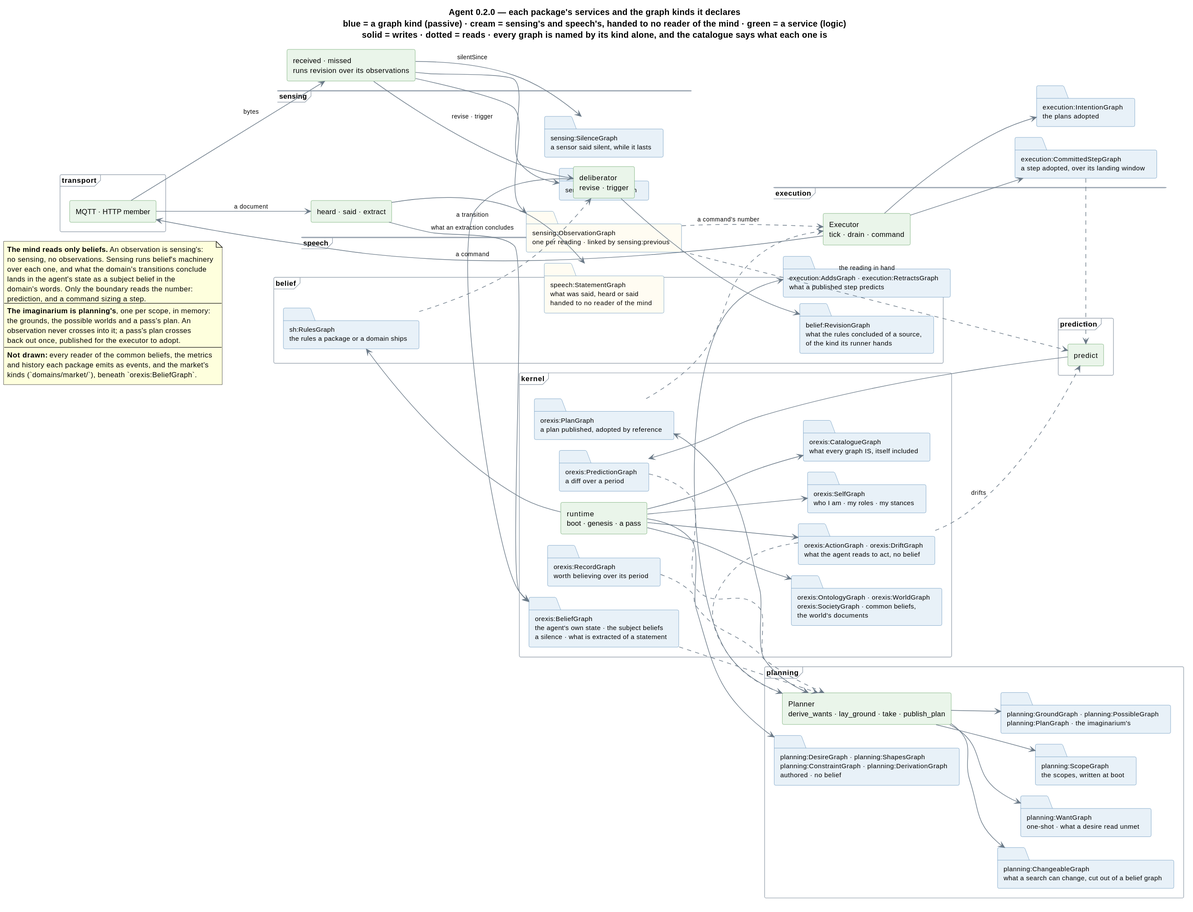
Above: knowledge/diagrams/agent-structure.svg in ShishkinDmitriy/orexis (PlantUML), before the change.
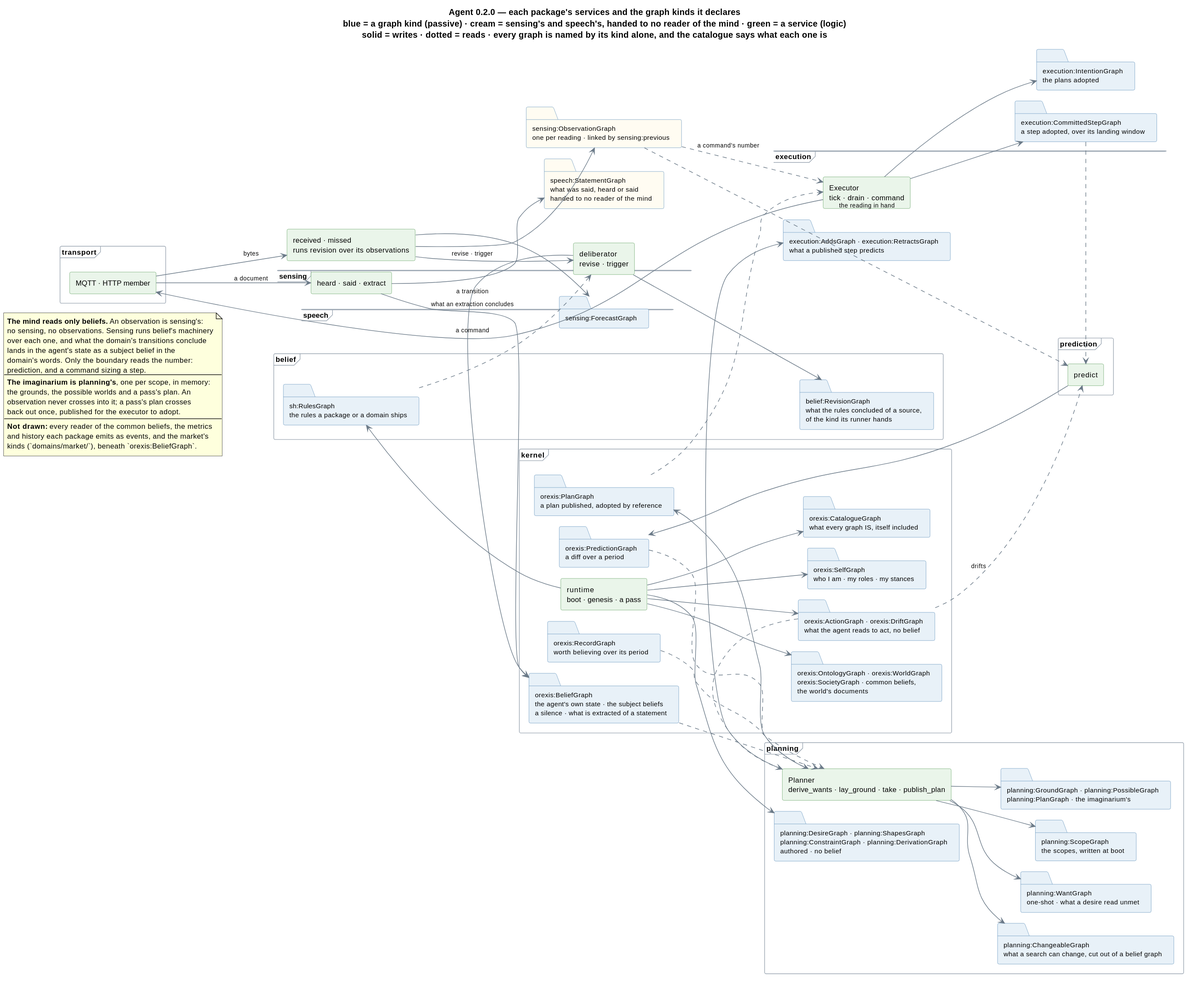
After the commit.

What changed in the source:
```diff
@@ -31,7 +31,6 @@
   component "received · missed\nruns revision over its observations" as SEN
   folder "sensing:ObservationGraph\none per reading · linked by sensing:previous" as obs #FFFCF2
   folder "sensing:ForecastGraph" as fc
-  folder "sensing:SilenceGraph\na sensor said silent, while it lasts" as sil
 }
 
 frame "speech" {
@@ -88,7 +87,6 @@
 TR  --> SP : a document
 SEN --> obs
 SEN --> fc
-SEN --> sil : silentSince
 SEN --> DEL : revise · trigger
 DEL --> rev
 DEL --> st : a transition
```
